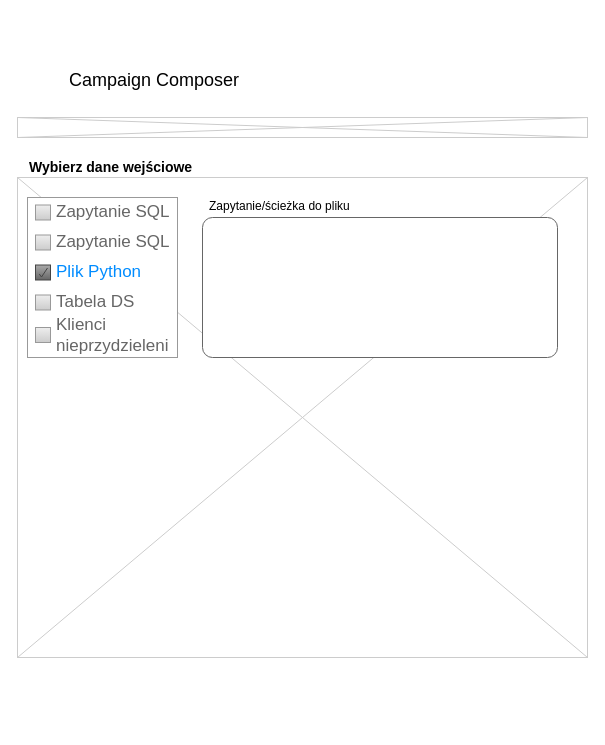
Above: Untitled Diagram.drawio in koxiol/blog (draw.io), before the change. Source tidied: cells renumbered, new cells numbered last; positions are measured from the earlier drawing's top-left corner, leaving out a move shared by most shapes. Both pictures are drawn from the tidied source at 100%, with x=0, y=0 at pixel (17, 67). Pictures stored in the file or linked from it are replaced by grey dashed boxes.
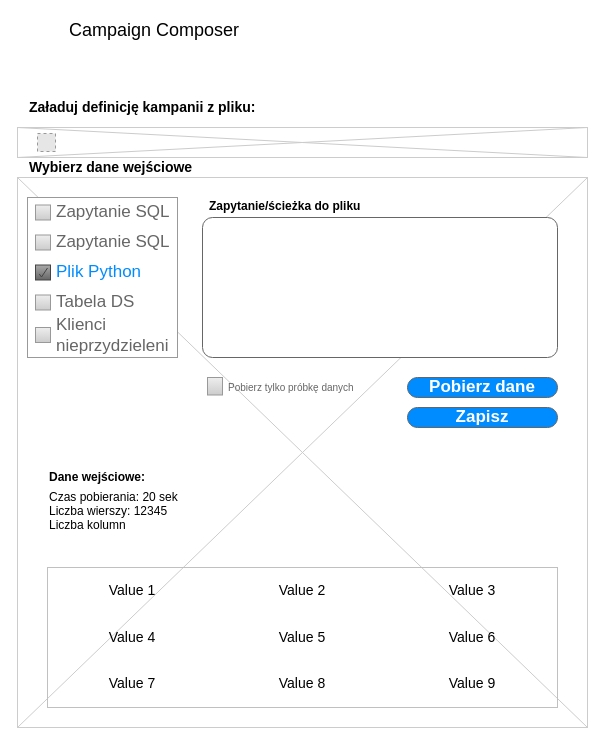
The same diagram, later.

Commit message:
campaign_composer_1

What changed in the source:
```diff
@@
     <mxCell id="2" style="verticalLabelPosition=bottom;verticalAlign=top;strokeWidth=1;shape=mxgraph.mockup.graphics.iconGrid;strokeColor=#CCCCCC;gridSize=1,1;" parent="1" vertex="1">
-      <mxGeometry y="110" width="570" height="480" as="geometry" />
+      <mxGeometry y="110" width="570" height="550" as="geometry" />
     </mxCell>
     <mxCell id="3" value="Campaign Composer" style="text;spacingTop=-5;fontSize=18;fontStyle=0;" parent="1" vertex="1">
-      <mxGeometry x="50" width="230" height="20" as="geometry" />
+      <mxGeometry x="50" y="-50" width="230" height="20" as="geometry" />
     </mxCell>
@@
     <mxCell id="5" style="verticalLabelPosition=bottom;verticalAlign=top;strokeWidth=1;shape=mxgraph.mockup.graphics.iconGrid;strokeColor=#CCCCCC;gridSize=1,1;" parent="1" vertex="1">
-      <mxGeometry y="50" width="570" height="20" as="geometry" />
+      <mxGeometry y="60" width="570" height="30" as="geometry" />
     </mxCell>
-    <mxCell id="6" value="Zapytanie/ścieżka do pliku" style="text;spacingTop=-5;" parent="1" vertex="1">
+    <mxCell id="6" value="Zapytanie/ścieżka do pliku" style="text;spacingTop=-5;fontStyle=1;" parent="1" vertex="1">
       <mxGeometry x="190" y="130" width="30" height="20" as="geometry" />
     </mxCell>
@@
+    <mxCell id="14" value="Załaduj definicję kampanii z pliku:" style="text;spacingTop=-5;fontSize=14;fontStyle=1;" parent="1" vertex="1">
+      <mxGeometry x="10" y="30" width="250" height="20" as="geometry" />
+    </mxCell>
+    <mxCell id="15" style="fillColor=#E6E6E6;strokeColor=#999999;dashed=1;html=1;verticalAlign=top;verticalLabelPosition=bottom;labelBackgroundColor=#ffffff;fontSize=14;" parent="1" vertex="1">
+      <mxGeometry x="20" y="66" width="18" height="18" as="geometry" />
+    </mxCell>
+    <mxCell id="16" value="Zapisz" style="strokeWidth=1;shadow=0;dashed=0;align=center;html=1;shape=mxgraph.mockup.buttons.button;strokeColor=#666666;fontColor=#ffffff;mainText=;buttonStyle=round;fontSize=17;fontStyle=1;fillColor=#008cff;whiteSpace=wrap;" parent="1" vertex="1">
+      <mxGeometry x="390" y="340" width="150" height="20" as="geometry" />
+    </mxCell>
+    <mxCell id="17" value="Pobierz dane" style="strokeWidth=1;shadow=0;dashed=0;align=center;html=1;shape=mxgraph.mockup.buttons.button;strokeColor=#666666;fontColor=#ffffff;mainText=;buttonStyle=round;fontSize=17;fontStyle=1;fillColor=#008cff;whiteSpace=wrap;" parent="1" vertex="1">
+      <mxGeometry x="390" y="310" width="150" height="20" as="geometry" />
+    </mxCell>
+    <mxCell id="18" value="&lt;table border=&quot;0&quot; width=&quot;100%&quot; height=&quot;100%&quot; style=&quot;width:100%;height:100%;border-collapse:collapse;&quot;&gt;&lt;tr&gt;&lt;td align=&quot;center&quot;&gt;Value 1&lt;/td&gt;&lt;td align=&quot;center&quot;&gt;Value 2&lt;/td&gt;&lt;td align=&quot;center&quot;&gt;Value 3&lt;/td&gt;&lt;/tr&gt;&lt;tr&gt;&lt;td align=&quot;center&quot;&gt;Value 4&lt;/td&gt;&lt;td align=&quot;center&quot;&gt;Value 5&lt;/td&gt;&lt;td align=&quot;center&quot;&gt;Value 6&lt;/td&gt;&lt;/tr&gt;&lt;tr&gt;&lt;td align=&quot;center&quot;&gt;Value 7&lt;/td&gt;&lt;td align=&quot;center&quot;&gt;Value 8&lt;/td&gt;&lt;td align=&quot;center&quot;&gt;Value 9&lt;/td&gt;&lt;/tr&gt;&lt;/table&gt;" style="text;html=1;strokeColor=#c0c0c0;fillColor=none;overflow=fill;fontSize=14;" parent="1" vertex="1">
+      <mxGeometry x="30" y="500" width="510" height="140" as="geometry" />
+    </mxCell>
+    <mxCell id="19" value="Dane wejściowe:&#10;" style="text;spacingTop=-5;fontStyle=1;" parent="1" vertex="1">
+      <mxGeometry x="30" y="401" width="30" height="20" as="geometry" />
+    </mxCell>
+    <mxCell id="20" value="Czas pobierania: 20 sek&#10;Liczba wierszy: 12345&#10;Liczba kolumn" style="text;spacingTop=-5;fontStyle=0;" parent="1" vertex="1">
+      <mxGeometry x="30" y="421" width="30" height="20" as="geometry" />
+    </mxCell>
+    <mxCell id="21" value="&lt;font style=&quot;font-size: 10px&quot;&gt;Pobierz tylko próbkę danych&lt;/font&gt;" style="strokeWidth=1;shadow=0;dashed=0;align=center;html=1;shape=mxgraph.mockup.forms.rrect;rSize=0;fillColor=#eeeeee;strokeColor=#999999;gradientColor=#cccccc;align=left;spacingLeft=4;fontSize=17;fontColor=#666666;labelPosition=right;" parent="1" vertex="1">
+      <mxGeometry x="190" y="310" width="15" height="17.5" as="geometry" />
+    </mxCell>
```
